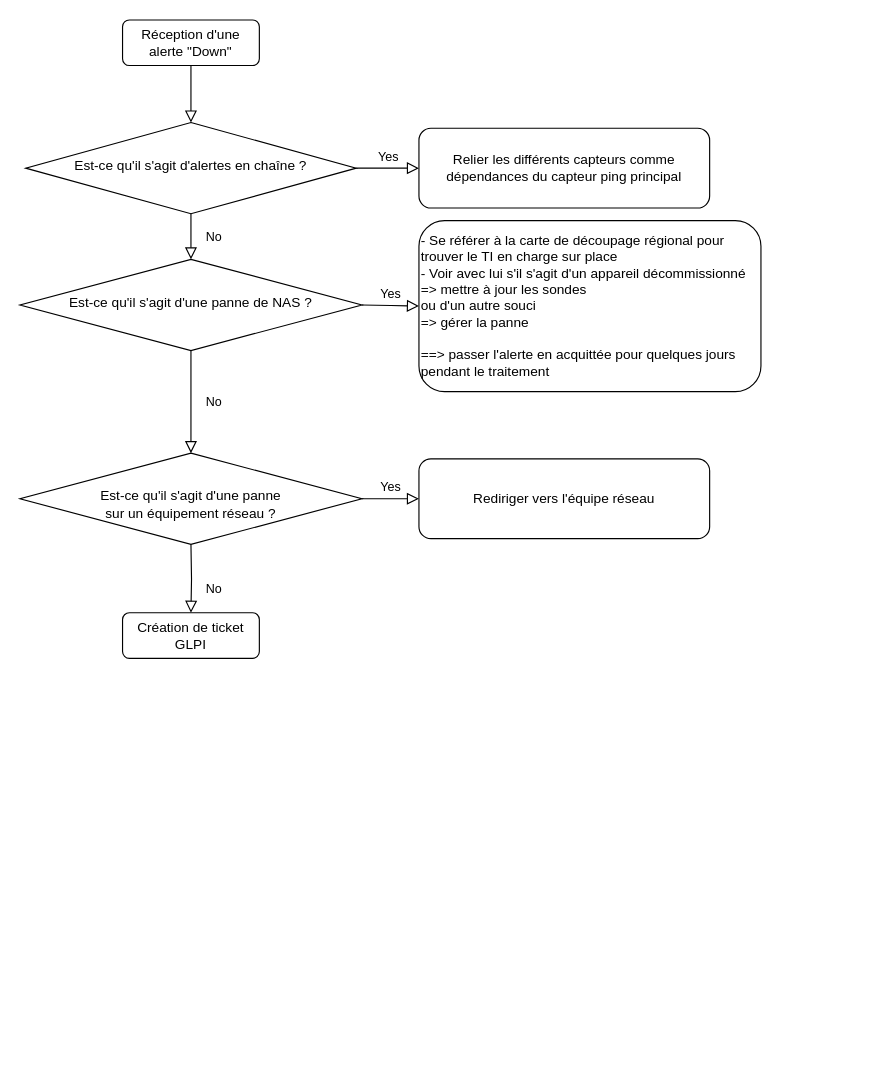
Earlier version of the draw.io diagram Diagramme sans nom.drawio (GitMalice/drawio). Source tidied: cells renumbered, new cells numbered last; positions are measured from the earlier drawing's top-left corner, leaving out a move shared by most shapes. Both pictures are drawn from the tidied source at 114%, with x=0, y=0 at pixel (19, 19).
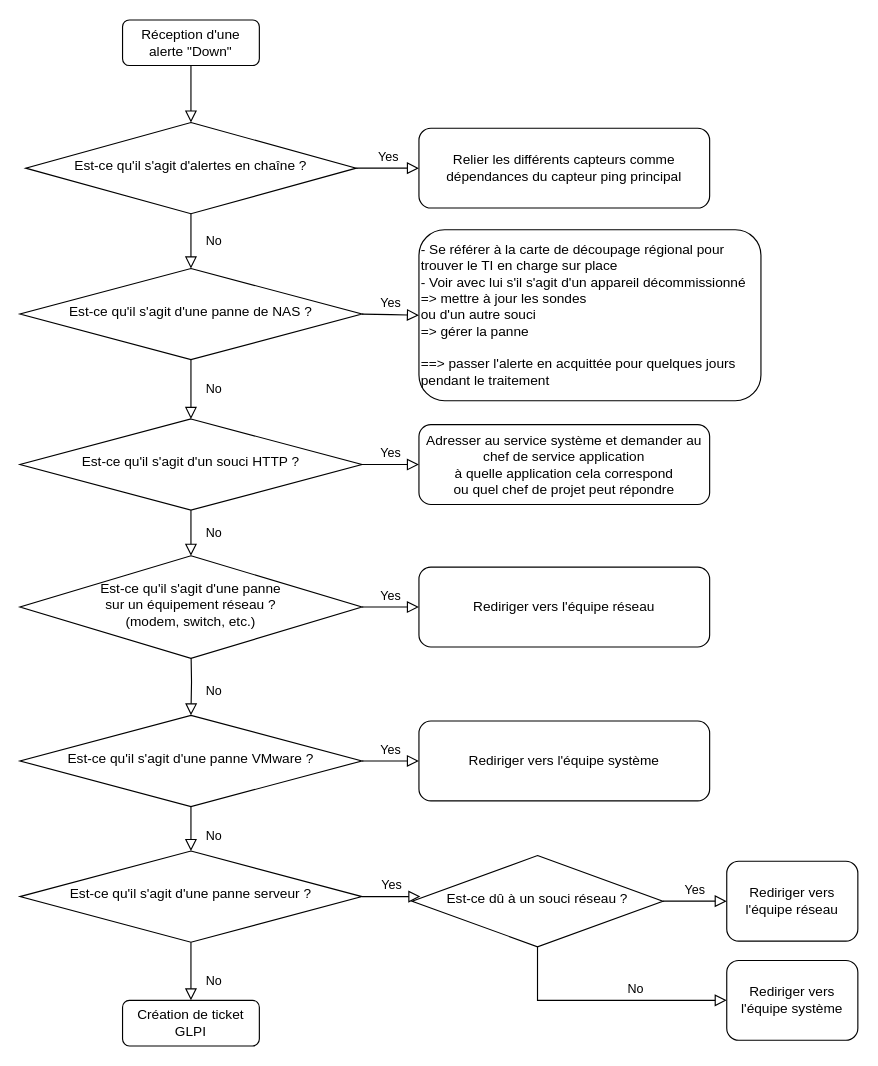
After the change.

Diff of the diagram source:
```diff
@@
-    <mxCell id="8" value="No" style="rounded=0;html=1;jettySize=auto;fontSize=11;endArrow=block;endFill=0;endSize=8;strokeWidth=1;shadow=0;labelBackgroundColor=none;edgeStyle=orthogonalEdgeStyle;" parent="1" edge="1" target="11">
-      <mxGeometry x="0.33" y="20" relative="1" as="geometry">
-        <mxPoint x="150" y="460" as="sourcePoint" />
-      </mxGeometry>
+    <mxCell id="8" value="No" style="rounded=0;html=1;jettySize=auto;fontSize=11;endArrow=block;endFill=0;endSize=8;strokeWidth=1;shadow=0;labelBackgroundColor=none;edgeStyle=orthogonalEdgeStyle;exitX=0.5;exitY=1;exitDx=0;exitDy=0;" parent="1" edge="1" source="25" target="11">
+      <mxGeometry x="0.33" y="20" relative="1" as="geometry" />
     </mxCell>
     <mxCell id="9" value="Yes" style="edgeStyle=orthogonalEdgeStyle;rounded=0;html=1;jettySize=auto;fontSize=11;endArrow=block;endFill=0;endSize=8;strokeWidth=1;shadow=0;labelBackgroundColor=none;" parent="1" edge="1" target="12">
       <mxGeometry y="10" relative="1" as="geometry">
-        <mxPoint x="300" y="250" as="sourcePoint" />
+        <mxPoint x="300" y="258" as="sourcePoint" />
       </mxGeometry>
     </mxCell>
     <mxCell id="10" value="Est-ce qu'il s'agit d'une panne de NAS ?" style="rhombus;whiteSpace=wrap;html=1;shadow=0;fontFamily=Helvetica;fontSize=12;align=center;strokeWidth=1;spacing=6;spacingTop=-4;" parent="1" vertex="1">
-      <mxGeometry y="210" width="300" height="80" as="geometry" />
+      <mxGeometry y="218" width="300" height="80" as="geometry" />
     </mxCell>
     <mxCell id="11" value="Création de ticket GLPI" style="rounded=1;whiteSpace=wrap;html=1;fontSize=12;glass=0;strokeWidth=1;shadow=0;" parent="1" vertex="1">
-      <mxGeometry x="90" y="520" width="120" height="40" as="geometry" />
+      <mxGeometry x="90" y="860" width="120" height="40" as="geometry" />
     </mxCell>
     <mxCell id="12" value="- Se référer à la carte de découpage régional pour trouver le TI en charge sur place&lt;div&gt;- Voir avec lui s'il s'agit d'un appareil décommissionné&lt;div&gt;=&amp;gt; mettre à jour les sondes&lt;div&gt;ou d'un autre souci&lt;/div&gt;&lt;/div&gt;&lt;div&gt;=&amp;gt; gérer la panne&lt;/div&gt;&lt;div&gt;&lt;br&gt;&lt;/div&gt;&lt;div&gt;==&amp;gt; passer l'alerte en acquittée pour quelques jours pendant le traitement&lt;/div&gt;&lt;/div&gt;" style="rounded=1;whiteSpace=wrap;html=1;fontSize=12;glass=0;strokeWidth=1;shadow=0;align=left;" parent="1" vertex="1">
-      <mxGeometry x="350" y="176" width="300" height="150" as="geometry" />
+      <mxGeometry x="350" y="184" width="300" height="150" as="geometry" />
     </mxCell>
-    <mxCell id="13" value="&lt;div&gt;&lt;br&gt;&lt;/div&gt;Est-ce qu'il s'agit d'une panne&lt;div&gt;sur un équipement réseau ?&lt;/div&gt;" style="rhombus;whiteSpace=wrap;html=1;shadow=0;fontFamily=Helvetica;fontSize=12;align=center;strokeWidth=1;spacing=6;spacingTop=-4;" parent="1" vertex="1">
-      <mxGeometry y="380" width="300" height="80" as="geometry" />
+    <mxCell id="13" value="&lt;div&gt;Est-ce qu'il s'agit d'une panne VMware ?&lt;/div&gt;" style="rhombus;whiteSpace=wrap;html=1;shadow=0;fontFamily=Helvetica;fontSize=12;align=center;strokeWidth=1;spacing=6;spacingTop=-4;" parent="1" vertex="1">
+      <mxGeometry y="610" width="300" height="80" as="geometry" />
     </mxCell>
-    <mxCell id="14" value="No" style="rounded=0;html=1;jettySize=auto;fontSize=11;endArrow=block;endFill=0;endSize=8;strokeWidth=1;shadow=0;labelBackgroundColor=none;edgeStyle=orthogonalEdgeStyle;exitX=0.5;exitY=1;exitDx=0;exitDy=0;entryX=0.5;entryY=0;entryDx=0;entryDy=0;" parent="1" edge="1" source="10" target="13">
+    <mxCell id="14" value="No" style="rounded=0;html=1;jettySize=auto;fontSize=11;endArrow=block;endFill=0;endSize=8;strokeWidth=1;shadow=0;labelBackgroundColor=none;edgeStyle=orthogonalEdgeStyle;exitX=0.5;exitY=1;exitDx=0;exitDy=0;entryX=0.5;entryY=0;entryDx=0;entryDy=0;" parent="1" edge="1" source="10" target="17">
       <mxGeometry y="20" relative="1" as="geometry" />
     </mxCell>
-    <mxCell id="15" value="Rediriger vers l'équipe réseau" style="rounded=1;whiteSpace=wrap;html=1;fontSize=12;glass=0;strokeWidth=1;shadow=0;" parent="1" vertex="1">
-      <mxGeometry x="350" y="385" width="255" height="70" as="geometry" />
+    <mxCell id="15" value="Rediriger vers l'équipe système" style="rounded=1;whiteSpace=wrap;html=1;fontSize=12;glass=0;strokeWidth=1;shadow=0;" parent="1" vertex="1">
+      <mxGeometry x="350" y="615" width="255" height="70" as="geometry" />
     </mxCell>
@@
+    <mxCell id="17" value="&lt;div&gt;Est-ce qu'il s'agit d'un souci HTTP ?&lt;/div&gt;" style="rhombus;whiteSpace=wrap;html=1;shadow=0;fontFamily=Helvetica;fontSize=12;align=center;strokeWidth=1;spacing=6;spacingTop=-4;" parent="1" vertex="1">
+      <mxGeometry y="350" width="300" height="80" as="geometry" />
+    </mxCell>
+    <mxCell id="18" value="Adresser au service système et demander au chef de service application&lt;div&gt;à quelle application cela correspond&lt;/div&gt;&lt;div&gt;ou quel chef de projet peut répondre&lt;/div&gt;" style="rounded=1;whiteSpace=wrap;html=1;fontSize=12;glass=0;strokeWidth=1;shadow=0;" parent="1" vertex="1">
+      <mxGeometry x="350" y="355" width="255" height="70" as="geometry" />
+    </mxCell>
+    <mxCell id="19" value="Yes" style="edgeStyle=orthogonalEdgeStyle;rounded=0;html=1;jettySize=auto;fontSize=11;endArrow=block;endFill=0;endSize=8;strokeWidth=1;shadow=0;labelBackgroundColor=none;exitX=1;exitY=0.5;exitDx=0;exitDy=0;entryX=0;entryY=0.5;entryDx=0;entryDy=0;" parent="1" edge="1" source="17" target="18">
+      <mxGeometry y="10" relative="1" as="geometry" />
+    </mxCell>
+    <mxCell id="20" value="No" style="rounded=0;html=1;jettySize=auto;fontSize=11;endArrow=block;endFill=0;endSize=8;strokeWidth=1;shadow=0;labelBackgroundColor=none;edgeStyle=orthogonalEdgeStyle;entryX=0.5;entryY=0;entryDx=0;entryDy=0;" parent="1" edge="1" target="13">
+      <mxGeometry x="0.33" y="20" relative="1" as="geometry">
+        <mxPoint x="150" y="550" as="sourcePoint" />
+      </mxGeometry>
+    </mxCell>
+    <mxCell id="21" value="&lt;div&gt;&lt;span style=&quot;background-color: transparent; color: light-dark(rgb(0, 0, 0), rgb(255, 255, 255));&quot;&gt;Est-ce qu'il s'agit d'une panne&lt;/span&gt;&lt;/div&gt;&lt;div&gt;sur un équipement réseau ?&lt;/div&gt;&lt;div&gt;(modem, switch, etc.)&lt;/div&gt;" style="rhombus;whiteSpace=wrap;html=1;shadow=0;fontFamily=Helvetica;fontSize=12;align=center;strokeWidth=1;spacing=6;spacingTop=-4;" parent="1" vertex="1">
+      <mxGeometry y="470" width="300" height="90" as="geometry" />
+    </mxCell>
+    <mxCell id="22" value="Rediriger vers l'équipe réseau" style="rounded=1;whiteSpace=wrap;html=1;fontSize=12;glass=0;strokeWidth=1;shadow=0;" parent="1" vertex="1">
+      <mxGeometry x="350" y="480" width="255" height="70" as="geometry" />
+    </mxCell>
+    <mxCell id="23" value="Yes" style="edgeStyle=orthogonalEdgeStyle;rounded=0;html=1;jettySize=auto;fontSize=11;endArrow=block;endFill=0;endSize=8;strokeWidth=1;shadow=0;labelBackgroundColor=none;exitX=1;exitY=0.5;exitDx=0;exitDy=0;entryX=0;entryY=0.5;entryDx=0;entryDy=0;" parent="1" edge="1" source="21" target="22">
+      <mxGeometry y="10" relative="1" as="geometry" />
+    </mxCell>
+    <mxCell id="24" value="No" style="rounded=0;html=1;jettySize=auto;fontSize=11;endArrow=block;endFill=0;endSize=8;strokeWidth=1;shadow=0;labelBackgroundColor=none;edgeStyle=orthogonalEdgeStyle;exitX=0.5;exitY=1;exitDx=0;exitDy=0;entryX=0.5;entryY=0;entryDx=0;entryDy=0;" parent="1" edge="1" source="17" target="21">
+      <mxGeometry y="20" relative="1" as="geometry" />
+    </mxCell>
+    <mxCell id="25" value="&lt;div&gt;Est-ce qu'il s'agit d'une panne serveur ?&lt;/div&gt;" style="rhombus;whiteSpace=wrap;html=1;shadow=0;fontFamily=Helvetica;fontSize=12;align=center;strokeWidth=1;spacing=6;spacingTop=-4;" parent="1" vertex="1">
+      <mxGeometry y="729" width="300" height="80" as="geometry" />
+    </mxCell>
+    <mxCell id="26" value="Rediriger vers l'équipe réseau" style="rounded=1;whiteSpace=wrap;html=1;fontSize=12;glass=0;strokeWidth=1;shadow=0;" parent="1" vertex="1">
+      <mxGeometry x="620" y="738" width="115" height="70" as="geometry" />
+    </mxCell>
+    <mxCell id="27" value="Yes" style="edgeStyle=orthogonalEdgeStyle;rounded=0;html=1;jettySize=auto;fontSize=11;endArrow=block;endFill=0;endSize=8;strokeWidth=1;shadow=0;labelBackgroundColor=none;exitX=1;exitY=0.5;exitDx=0;exitDy=0;entryX=0.033;entryY=0.45;entryDx=0;entryDy=0;entryPerimeter=0;" parent="1" edge="1" source="25" target="29">
+      <mxGeometry y="10" relative="1" as="geometry" />
+    </mxCell>
+    <mxCell id="28" value="No" style="rounded=0;html=1;jettySize=auto;fontSize=11;endArrow=block;endFill=0;endSize=8;strokeWidth=1;shadow=0;labelBackgroundColor=none;edgeStyle=orthogonalEdgeStyle;entryX=0.5;entryY=0;entryDx=0;entryDy=0;exitX=0.5;exitY=1;exitDx=0;exitDy=0;" parent="1" edge="1" source="13" target="25">
+      <mxGeometry x="0.33" y="20" relative="1" as="geometry" />
+    </mxCell>
+    <mxCell id="29" value="&lt;div&gt;Est-ce dû à un souci réseau ?&lt;/div&gt;" style="rhombus;whiteSpace=wrap;html=1;shadow=0;fontFamily=Helvetica;fontSize=12;align=center;strokeWidth=1;spacing=6;spacingTop=-4;" parent="1" vertex="1">
+      <mxGeometry x="344" y="733" width="220" height="80" as="geometry" />
+    </mxCell>
+    <mxCell id="30" value="Yes" style="edgeStyle=orthogonalEdgeStyle;rounded=0;html=1;jettySize=auto;fontSize=11;endArrow=block;endFill=0;endSize=8;strokeWidth=1;shadow=0;labelBackgroundColor=none;exitX=1;exitY=0.5;exitDx=0;exitDy=0;entryX=0;entryY=0.5;entryDx=0;entryDy=0;" parent="1" edge="1" source="29" target="26">
+      <mxGeometry y="10" relative="1" as="geometry" />
+    </mxCell>
+    <mxCell id="31" value="No" style="rounded=0;html=1;jettySize=auto;fontSize=11;endArrow=block;endFill=0;endSize=8;strokeWidth=1;shadow=0;labelBackgroundColor=none;edgeStyle=orthogonalEdgeStyle;exitX=0.5;exitY=1;exitDx=0;exitDy=0;entryX=0;entryY=0.5;entryDx=0;entryDy=0;" parent="1" edge="1" source="29" target="32">
+      <mxGeometry x="0.25" y="10" relative="1" as="geometry" />
+    </mxCell>
+    <mxCell id="32" value="Rediriger vers l'équipe système" style="rounded=1;whiteSpace=wrap;html=1;fontSize=12;glass=0;strokeWidth=1;shadow=0;" parent="1" vertex="1">
+      <mxGeometry x="620" y="825" width="115" height="70" as="geometry" />
+    </mxCell>
```
